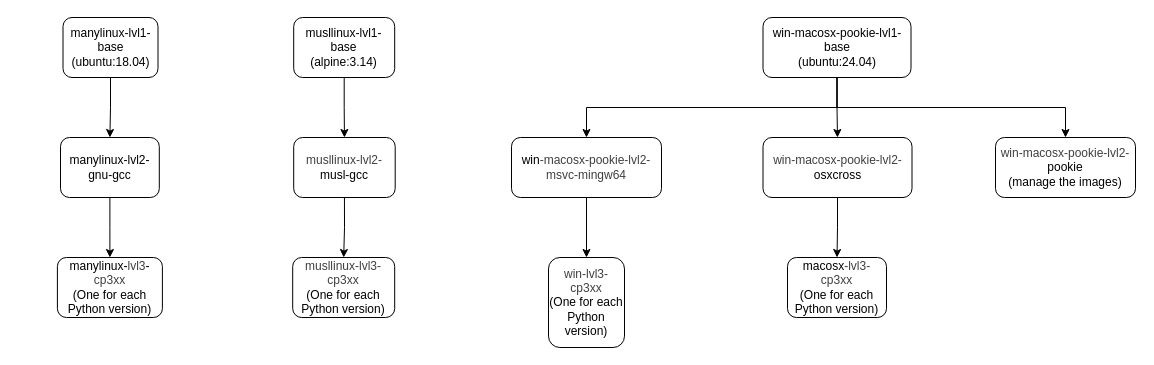
andreslilloortiz/pookie keeps this draw.io diagram as Docker layer graph.drawio. Above is the earlier version. Source tidied: cells renumbered, new cells numbered last; positions are measured from the earlier drawing's top-left corner, leaving out a move shared by most shapes. Both pictures are drawn from the tidied source at 100%, with x=0, y=0 at pixel (57, 17).
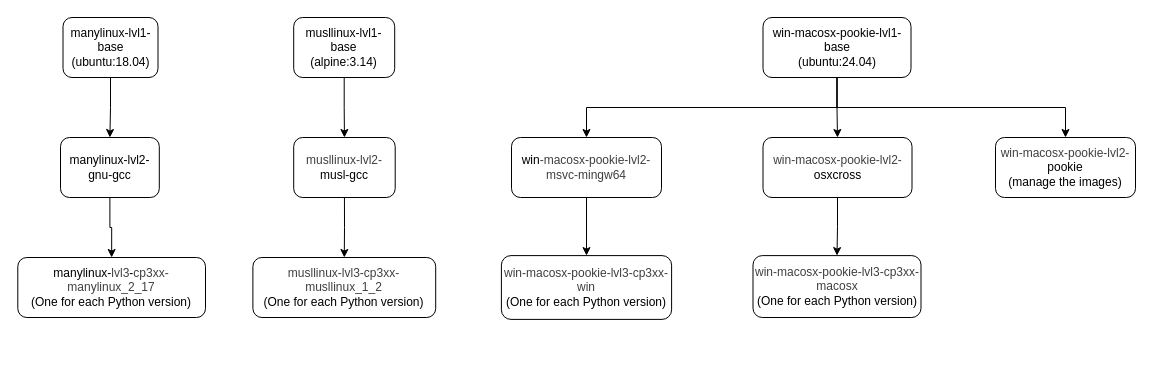
The same diagram, later.

The edit, as a diff of the source:
```diff
@@
-    <mxCell id="6" value="&lt;font&gt;manylinux-&lt;span style=&quot;color: rgb(63, 63, 63);&quot;&gt;lvl3&lt;/span&gt;-&lt;span style=&quot;color: rgb(63, 63, 63);&quot;&gt;cp3xx&lt;/span&gt;&lt;br&gt;(One for each Python version)&lt;/font&gt;" style="rounded=1;whiteSpace=wrap;html=1;strokeColor=default;" parent="1" vertex="1">
-      <mxGeometry x="-0.1" y="240" width="105" height="60" as="geometry" />
+    <mxCell id="6" value="&lt;font&gt;manylinux-&lt;span style=&quot;color: rgb(63, 63, 63);&quot;&gt;lvl3&lt;/span&gt;-&lt;span style=&quot;color: rgb(63, 63, 63);&quot;&gt;cp3xx-manylinux_2_17&lt;/span&gt;&lt;br&gt;(One for each Python version)&lt;/font&gt;" style="rounded=1;whiteSpace=wrap;html=1;strokeColor=default;" parent="1" vertex="1">
+      <mxGeometry x="-39.7" y="240" width="187.7" height="60" as="geometry" />
     </mxCell>
@@
-    <mxCell id="11" value="&lt;div&gt;&lt;font&gt;&lt;span style=&quot;color: rgb(63, 63, 63); background-color: transparent;&quot;&gt;musllinux&lt;/span&gt;&lt;span style=&quot;color: rgb(63, 63, 63);&quot;&gt;-&lt;/span&gt;&lt;span style=&quot;color: rgb(63, 63, 63);&quot;&gt;lvl3&lt;/span&gt;&lt;span style=&quot;color: rgb(63, 63, 63);&quot;&gt;-&lt;/span&gt;&lt;span style=&quot;color: rgb(63, 63, 63);&quot;&gt;cp3xx&lt;/span&gt;&lt;br&gt;(One for each Python version)&lt;/font&gt;&lt;/div&gt;" style="rounded=1;whiteSpace=wrap;html=1;strokeColor=default;" parent="1" vertex="1">
-      <mxGeometry x="235.2" y="240" width="102" height="60" as="geometry" />
+    <mxCell id="11" value="&lt;div&gt;&lt;font&gt;&lt;span style=&quot;color: rgb(63, 63, 63); background-color: transparent;&quot;&gt;musllinux&lt;/span&gt;&lt;span style=&quot;color: rgb(63, 63, 63);&quot;&gt;-&lt;/span&gt;&lt;span style=&quot;color: rgb(63, 63, 63);&quot;&gt;lvl3&lt;/span&gt;&lt;span style=&quot;color: rgb(63, 63, 63);&quot;&gt;-&lt;/span&gt;&lt;span style=&quot;color: rgb(63, 63, 63);&quot;&gt;cp3xx-musllinux_1_2&lt;/span&gt;&lt;br&gt;(One for each Python version)&lt;/font&gt;&lt;/div&gt;" style="rounded=1;whiteSpace=wrap;html=1;strokeColor=default;" parent="1" vertex="1">
+      <mxGeometry x="195.4" y="240" width="182.8" height="60" as="geometry" />
     </mxCell>
@@
-    <mxCell id="19" value="&lt;div&gt;&lt;font&gt;&lt;span style=&quot;background-color: transparent; color: rgb(63, 63, 63);&quot;&gt;win&lt;/span&gt;&lt;span style=&quot;color: rgb(63, 63, 63);&quot;&gt;-&lt;/span&gt;&lt;span style=&quot;color: rgb(63, 63, 63);&quot;&gt;lvl3&lt;/span&gt;&lt;span style=&quot;color: rgb(63, 63, 63);&quot;&gt;-&lt;/span&gt;&lt;span style=&quot;color: rgb(63, 63, 63);&quot;&gt;cp3xx&lt;/span&gt;&lt;br&gt;(One for each Python version)&lt;/font&gt;&lt;/div&gt;" style="rounded=1;whiteSpace=wrap;html=1;strokeColor=default;" parent="1" vertex="1">
-      <mxGeometry x="491" y="240" width="76" height="90" as="geometry" />
+    <mxCell id="19" value="&lt;div&gt;&lt;font&gt;&lt;span style=&quot;background-color: transparent; color: rgb(63, 63, 63);&quot;&gt;win-macosx-pookie&lt;/span&gt;&lt;span style=&quot;color: rgb(63, 63, 63);&quot;&gt;-&lt;/span&gt;&lt;span style=&quot;color: rgb(63, 63, 63);&quot;&gt;lvl3&lt;/span&gt;&lt;span style=&quot;color: rgb(63, 63, 63);&quot;&gt;-&lt;/span&gt;&lt;span style=&quot;color: rgb(63, 63, 63);&quot;&gt;cp3xx-win&lt;/span&gt;&lt;br&gt;(One for each Python version)&lt;/font&gt;&lt;/div&gt;" style="rounded=1;whiteSpace=wrap;html=1;strokeColor=default;" parent="1" vertex="1">
+      <mxGeometry x="443.9" y="238.1" width="170.2" height="63.8" as="geometry" />
     </mxCell>
@@
-    <mxCell id="22" value="&lt;font&gt;macosx&lt;span style=&quot;color: rgb(63, 63, 63);&quot;&gt;-&lt;/span&gt;&lt;span style=&quot;color: rgb(63, 63, 63);&quot;&gt;lvl3&lt;/span&gt;&lt;span style=&quot;color: rgb(63, 63, 63);&quot;&gt;-&lt;/span&gt;&lt;span style=&quot;color: rgb(63, 63, 63);&quot;&gt;cp3xx&lt;/span&gt;&lt;br&gt;(One for each Python version)&lt;/font&gt;" style="rounded=1;whiteSpace=wrap;html=1;strokeColor=default;" parent="1" vertex="1">
-      <mxGeometry x="730" y="240" width="99" height="60" as="geometry" />
+    <mxCell id="22" value="&lt;font&gt;&lt;span style=&quot;color: rgb(63, 63, 63);&quot;&gt;&lt;span style=&quot;color: rgb(63, 63, 63);&quot;&gt;win-macosx-pookie&lt;/span&gt;-&lt;/span&gt;&lt;span style=&quot;color: rgb(63, 63, 63);&quot;&gt;lvl3&lt;/span&gt;&lt;span style=&quot;color: rgb(63, 63, 63);&quot;&gt;-&lt;/span&gt;&lt;span style=&quot;color: rgb(63, 63, 63);&quot;&gt;cp3xx-macosx&lt;/span&gt;&lt;br&gt;(One for each Python version)&lt;/font&gt;" style="rounded=1;whiteSpace=wrap;html=1;strokeColor=default;" parent="1" vertex="1">
+      <mxGeometry x="695.5" y="238.1" width="168" height="61.9" as="geometry" />
     </mxCell>
```
